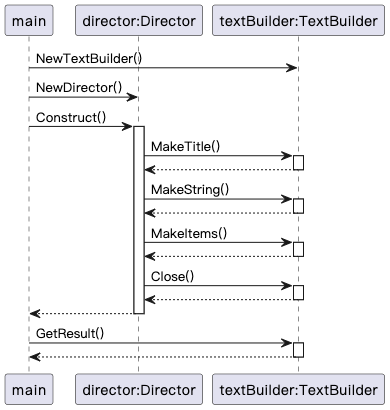
Earlier version of the PlantUML export 07_builder/builder_sequence.png (A11Might/golang-design-pattern). Its source is kept beside it as 07_builder/builder_sequence.puml. Its diagram source:
```plantuml
@startuml

participant "main" as main
participant "director:Director" as dr
participant "textBuilder:TextBuilder" as tr


main -> tr: NewTextBuilder()
main -> dr: NewDirector()
autoactivate on
main -> dr: Construct()
dr -> tr: MakeTitle()
return
dr -> tr: MakeString()
return
dr -> tr: MakeItems()
return
dr -> tr: Close()
return
return
main -> tr: GetResult()
return

@enduml
```
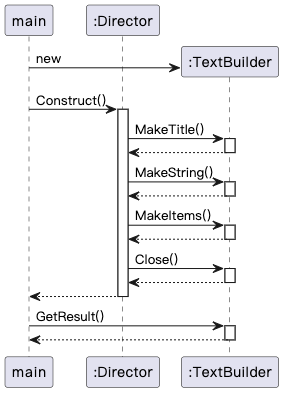
Later version of the same file.

Commit message:
prefect builder pattern

Diff of the diagram source:
```diff
@@ -1,12 +1,10 @@
 @startuml
 
 participant "main" as main
-participant "director:Director" as dr
-participant "textBuilder:TextBuilder" as tr
+participant ":Director" as dr
 
-
-main -> tr: NewTextBuilder()
-main -> dr: NewDirector()
+create ":TextBuilder" as tr
+main -> tr: new
 autoactivate on
 main -> dr: Construct()
 dr -> tr: MakeTitle()
```
